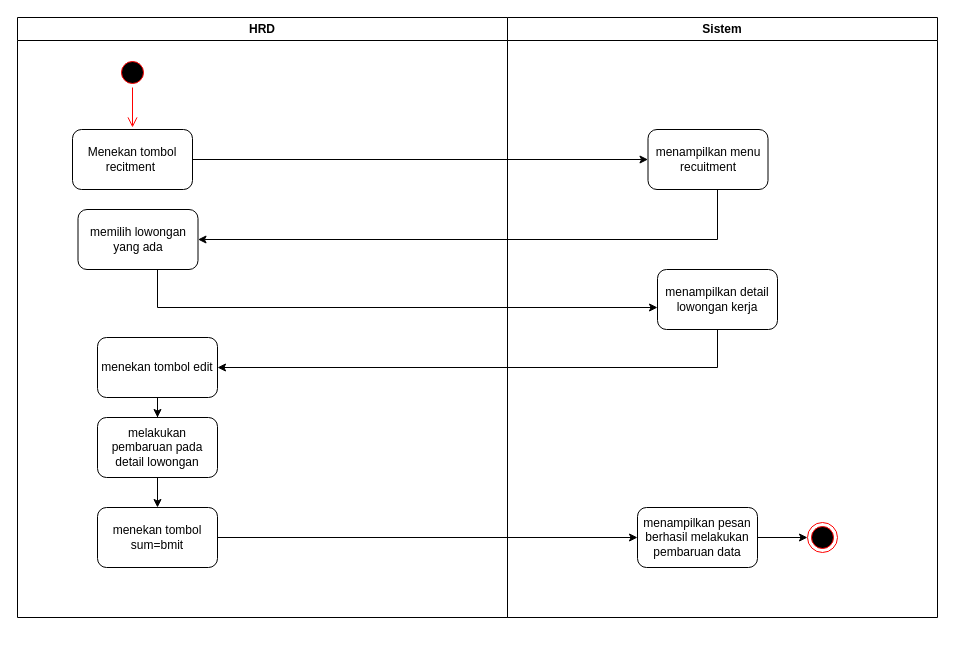
Before: activity diagram edit.drawio in Tijan01/UAS_APPL, a draw.io diagram. Source tidied: cells renumbered, new cells numbered last; positions are measured from the earlier drawing's top-left corner, leaving out a move shared by most shapes. Both pictures are drawn from the tidied source at 100%, with x=0, y=0 at pixel (17, 17).
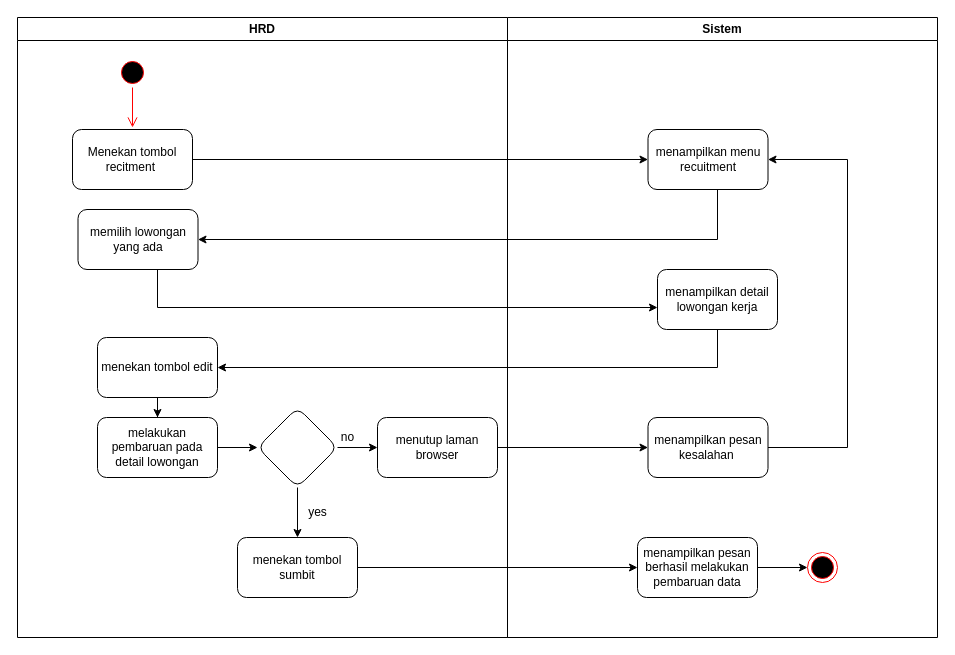
After the change.

Unchanged cells that the change refers to:
```xml
<mxCell id="10" value="melakukan pembaruan pada detail lowongan" style="whiteSpace=wrap;html=1;fillColor=rgb(255, 255, 255);strokeColor=rgb(0, 0, 0);fontColor=rgb(0, 0, 0);rounded=1;" parent="2" vertex="1">
  <mxGeometry x="80" y="400" width="120" height="60" as="geometry" />
</mxCell>
<mxCell id="13" value="menampilkan menu recuitment" style="whiteSpace=wrap;html=1;fillColor=rgb(255, 255, 255);strokeColor=rgb(0, 0, 0);fontColor=rgb(0, 0, 0);rounded=1;" parent="12" vertex="1">
  <mxGeometry x="140.5" y="112" width="120" height="60" as="geometry" />
</mxCell>
```

Diff of the diagram source:
```diff
@@
     <mxCell id="2" value="HRD" style="swimlane;whiteSpace=wrap;startSize=23;" parent="1" vertex="1">
-      <mxGeometry width="490" height="600" as="geometry" />
+      <mxGeometry width="490" height="620" as="geometry" />
     </mxCell>
@@
-    <mxCell id="9" style="edgeStyle=orthogonalEdgeStyle;rounded=0;jettySize=auto;html=1;" parent="2" edge="1" source="10" target="11">
-      <mxGeometry relative="1" as="geometry" />
-    </mxCell>
+    <mxCell id="23" style="edgeStyle=orthogonalEdgeStyle;rounded=0;jettySize=auto;html=1;" parent="2" edge="1" source="10" target="26">
+      <mxGeometry relative="1" as="geometry" />
+    </mxCell>
@@
-    <mxCell id="11" value="menekan tombol sum=bmit" style="whiteSpace=wrap;html=1;fillColor=rgb(255, 255, 255);strokeColor=rgb(0, 0, 0);fontColor=rgb(0, 0, 0);rounded=1;" parent="2" vertex="1">
-      <mxGeometry x="80" y="490" width="120" height="60" as="geometry" />
-    </mxCell>
+    <mxCell id="24" style="edgeStyle=orthogonalEdgeStyle;rounded=0;jettySize=auto;html=1;" parent="2" edge="1" source="26" target="27">
+      <mxGeometry relative="1" as="geometry" />
+    </mxCell>
+    <mxCell id="25" style="edgeStyle=orthogonalEdgeStyle;rounded=0;jettySize=auto;html=1;" parent="2" edge="1" source="26" target="28">
+      <mxGeometry relative="1" as="geometry" />
+    </mxCell>
+    <mxCell id="26" style="rhombus;whiteSpace=wrap;html=1;fillColor=rgb(255, 255, 255);strokeColor=rgb(0, 0, 0);fontColor=rgb(0, 0, 0);rounded=1;" parent="2" vertex="1">
+      <mxGeometry x="240" y="390" width="80" height="80" as="geometry" />
+    </mxCell>
+    <mxCell id="27" value="menekan tombol sumbit" style="whiteSpace=wrap;html=1;fillColor=rgb(255, 255, 255);strokeColor=rgb(0, 0, 0);fontColor=rgb(0, 0, 0);rounded=1;" parent="2" vertex="1">
+      <mxGeometry x="220" y="520" width="120" height="60" as="geometry" />
+    </mxCell>
+    <mxCell id="28" value="menutup laman browser" style="whiteSpace=wrap;html=1;fillColor=rgb(255, 255, 255);strokeColor=rgb(0, 0, 0);fontColor=rgb(0, 0, 0);rounded=1;" parent="2" vertex="1">
+      <mxGeometry x="360" y="400" width="120" height="60" as="geometry" />
+    </mxCell>
+    <mxCell id="29" value="yes" style="text;html=1;align=center;verticalAlign=middle;strokeColor=none;fillColor=none;" parent="2" vertex="1">
+      <mxGeometry x="280" y="480" width="40" height="30" as="geometry" />
+    </mxCell>
     <mxCell id="12" value="Sistem" style="swimlane;whiteSpace=wrap;" parent="1" vertex="1">
-      <mxGeometry x="490" width="430" height="600" as="geometry" />
+      <mxGeometry x="490" width="430" height="620" as="geometry" />
     </mxCell>
@@
     <mxCell id="16" value="menampilkan pesan berhasil melakukan pembaruan data" style="whiteSpace=wrap;html=1;fillColor=rgb(255, 255, 255);strokeColor=rgb(0, 0, 0);fontColor=rgb(0, 0, 0);rounded=1;" parent="12" vertex="1">
-      <mxGeometry x="130" y="490" width="120" height="60" as="geometry" />
+      <mxGeometry x="130" y="520" width="120" height="60" as="geometry" />
     </mxCell>
     <mxCell id="17" style="ellipse;html=1;shape=endState;fillColor=#000000;strokeColor=#ff0000;" parent="12" vertex="1">
-      <mxGeometry x="300" y="505" width="30" height="30" as="geometry" />
+      <mxGeometry x="300" y="535" width="30" height="30" as="geometry" />
     </mxCell>
+    <mxCell id="30" style="edgeStyle=orthogonalEdgeStyle;rounded=0;jettySize=auto;html=1;entryX=1;entryY=0.5;entryDx=0;entryDy=0;" parent="12" edge="1" source="31" target="13">
+      <mxGeometry relative="1" as="geometry">
+        <Array as="points">
+          <mxPoint x="340" y="430" />
+          <mxPoint x="340" y="142" />
+        </Array>
+      </mxGeometry>
+    </mxCell>
+    <mxCell id="31" value="menampilkan pesan kesalahan&amp;nbsp;" style="whiteSpace=wrap;html=1;fillColor=rgb(255, 255, 255);strokeColor=rgb(0, 0, 0);fontColor=rgb(0, 0, 0);rounded=1;" parent="12" vertex="1">
+      <mxGeometry x="140.5" y="400" width="120" height="60" as="geometry" />
+    </mxCell>
@@
-    <mxCell id="22" style="edgeStyle=orthogonalEdgeStyle;rounded=0;jettySize=auto;html=1;" parent="1" edge="1" source="11" target="16">
+    <mxCell id="22" style="edgeStyle=orthogonalEdgeStyle;rounded=0;jettySize=auto;html=1;exitX=1;exitY=0.5;exitDx=0;exitDy=0;" parent="1" edge="1" source="27" target="16">
       <mxGeometry relative="1" as="geometry" />
     </mxCell>
+    <mxCell id="32" style="edgeStyle=orthogonalEdgeStyle;rounded=0;jettySize=auto;html=1;" parent="1" edge="1" source="28" target="31">
+      <mxGeometry relative="1" as="geometry" />
+    </mxCell>
+    <mxCell id="33" value="no" style="text;html=1;align=center;verticalAlign=middle;strokeColor=none;fillColor=none;" parent="1" vertex="1">
+      <mxGeometry x="310" y="405" width="40" height="30" as="geometry" />
+    </mxCell>
```
